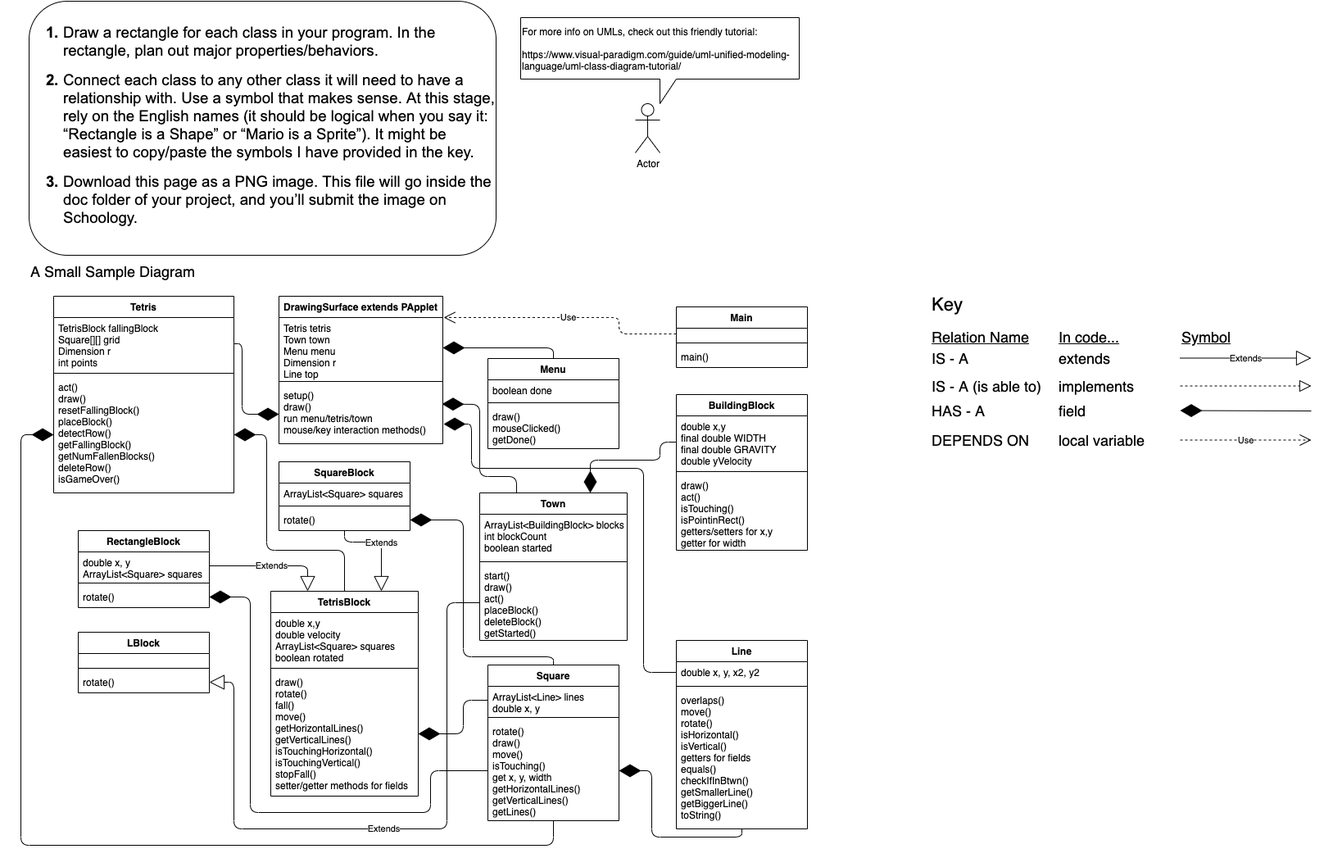
This is BuildTheTown/doc/Tetris Final Project UML.png from HHSAPCompSci2020/capstone-project-404-team-not-found, a draw.io export, as it was before one commit. Source tidied: cells renumbered, new cells last; positions are measured from the earlier drawing's top-left corner, leaving out a move shared by most shapes.
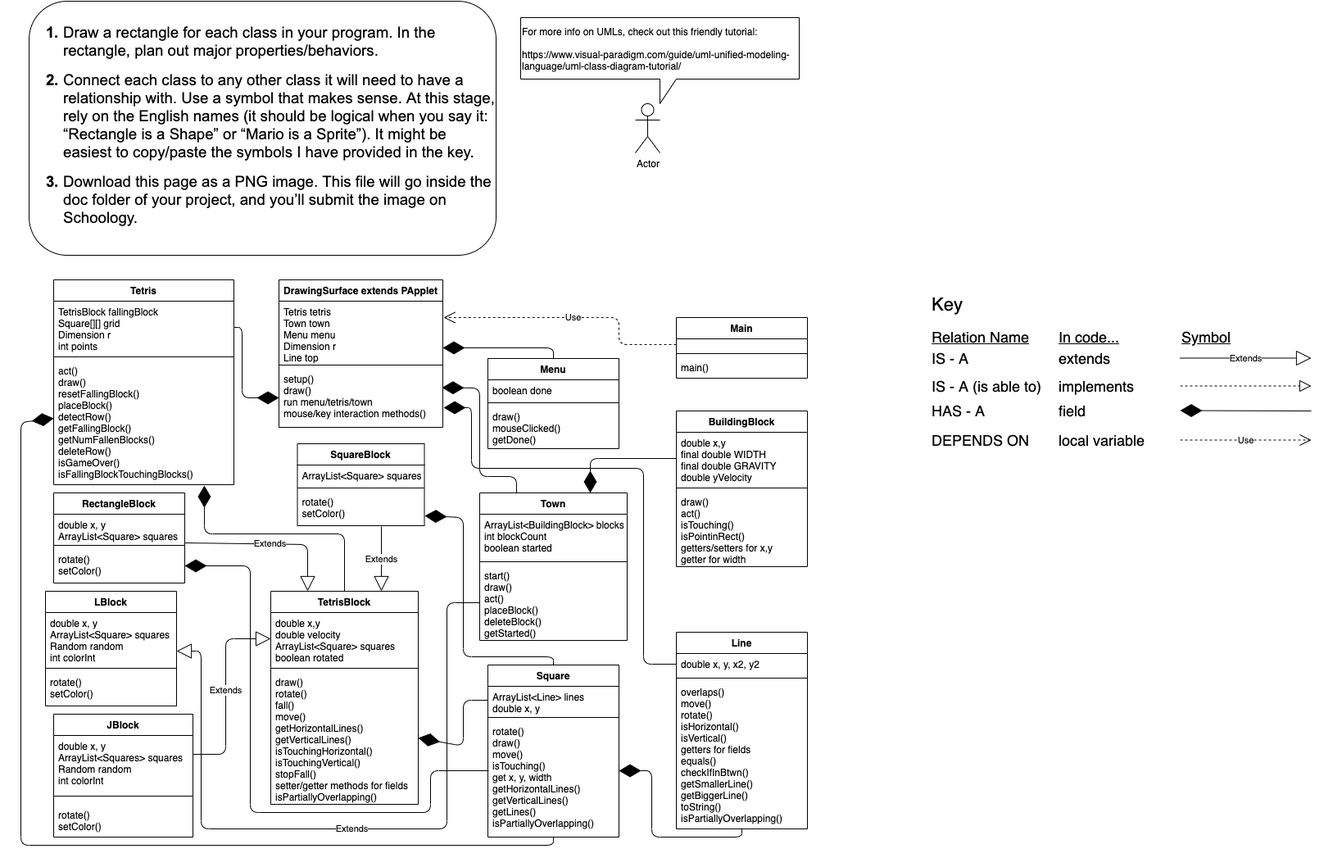
After the change.

What changed in the source:
```diff
@@ -13,5 +13,2 @@
     </mxCell>
-    <mxCell id="5" value="&lt;font style=&quot;font-size: 18px&quot;&gt;A Small Sample Diagram&lt;/font&gt;" style="text;html=1;align=left;verticalAlign=middle;strokeColor=none;" parent="1" vertex="1">
-      <mxGeometry x="10" y="320" width="220" height="20" as="geometry" />
-    </mxCell>
     <mxCell id="6" value="&lt;font style=&quot;font-size: 22px&quot;&gt;Key&lt;/font&gt;" style="text;html=1;align=left;verticalAlign=middle;strokeColor=none;" parent="1" vertex="1">
@@ -77,3 +74,3 @@
     <mxCell id="22" value="Main" style="swimlane;fontStyle=1;align=center;verticalAlign=top;horizontal=1;startSize=26;" parent="1" vertex="1">
-      <mxGeometry x="800" y="373" width="160" height="74" as="geometry" />
+      <mxGeometry x="800" y="386" width="160" height="74" as="geometry" />
     </mxCell>
@@ -89,3 +86,3 @@
     <mxCell id="26" value="DrawingSurface extends PApplet" style="swimlane;fontStyle=1;align=center;verticalAlign=top;horizontal=1;startSize=26;" parent="1" vertex="1">
-      <mxGeometry x="315" y="360" width="200" height="180" as="geometry" />
+      <mxGeometry x="315" y="340" width="200" height="180" as="geometry" />
     </mxCell>
@@ -101,3 +98,3 @@
     <mxCell id="30" value="Tetris" style="swimlane;fontStyle=1;align=center;verticalAlign=top;horizontal=1;startSize=26;" parent="1" vertex="1">
-      <mxGeometry x="40" y="360" width="220" height="240" as="geometry" />
+      <mxGeometry x="40" y="340" width="220" height="250" as="geometry" />
     </mxCell>
@@ -109,7 +106,7 @@
     </mxCell>
-    <mxCell id="33" value="act()&#10;draw()&#10;resetFallingBlock()&#10;placeBlock()&#10;detectRow()&#10;getFallingBlock()&#10;getNumFallenBlocks()&#10;deleteRow()&#10;isGameOver()" style="text;strokeColor=none;fillColor=none;align=left;verticalAlign=top;spacingLeft=4;spacingRight=4;overflow=hidden;points=[[0,0.5],[1,0.5]];portConstraint=eastwest;" parent="30" vertex="1">
-      <mxGeometry y="98" width="220" height="142" as="geometry" />
+    <mxCell id="33" value="act()&#10;draw()&#10;resetFallingBlock()&#10;placeBlock()&#10;detectRow()&#10;getFallingBlock()&#10;getNumFallenBlocks()&#10;deleteRow()&#10;isGameOver()&#10;isFallingBlockTouchingBlocks()&#10;" style="text;strokeColor=none;fillColor=none;align=left;verticalAlign=top;spacingLeft=4;spacingRight=4;overflow=hidden;points=[[0,0.5],[1,0.5]];portConstraint=eastwest;" parent="30" vertex="1">
+      <mxGeometry y="98" width="220" height="152" as="geometry" />
     </mxCell>
     <mxCell id="34" value="TetrisBlock" style="swimlane;fontStyle=1;align=center;verticalAlign=top;horizontal=1;startSize=26;" parent="1" vertex="1">
-      <mxGeometry x="305" y="720" width="180" height="250" as="geometry" />
+      <mxGeometry x="305" y="720" width="180" height="260" as="geometry" />
     </mxCell>
@@ -121,7 +118,7 @@
     </mxCell>
-    <mxCell id="37" value="draw()&#10;rotate()&#10;fall()&#10;move()&#10;getHorizontalLines()&#10;getVerticalLines()&#10;isTouchingHorizontal()&#10;isTouchingVertical()&#10;stopFall()&#10;setter/getter methods for fields" style="text;strokeColor=none;fillColor=none;align=left;verticalAlign=top;spacingLeft=4;spacingRight=4;overflow=hidden;points=[[0,0.5],[1,0.5]];portConstraint=eastwest;" parent="34" vertex="1">
-      <mxGeometry y="98" width="180" height="152" as="geometry" />
+    <mxCell id="37" value="draw()&#10;rotate()&#10;fall()&#10;move()&#10;getHorizontalLines()&#10;getVerticalLines()&#10;isTouchingHorizontal()&#10;isTouchingVertical()&#10;stopFall()&#10;setter/getter methods for fields&#10;isPartiallyOverlapping()" style="text;strokeColor=none;fillColor=none;align=left;verticalAlign=top;spacingLeft=4;spacingRight=4;overflow=hidden;points=[[0,0.5],[1,0.5]];portConstraint=eastwest;" parent="34" vertex="1">
+      <mxGeometry y="98" width="180" height="162" as="geometry" />
     </mxCell>
     <mxCell id="38" value="BuildingBlock" style="swimlane;fontStyle=1;align=center;verticalAlign=top;horizontal=1;startSize=26;" parent="1" vertex="1">
-      <mxGeometry x="800" y="480" width="160" height="190" as="geometry" />
+      <mxGeometry x="800" y="500" width="160" height="190" as="geometry" />
     </mxCell>
@@ -148,11 +145,2 @@
     </mxCell>
-    <mxCell id="46" style="endArrow=diamondThin;endFill=1;endSize=24;html=1;entryX=0.75;entryY=0;entryDx=0;entryDy=0;exitX=0;exitY=0.5;exitDx=0;exitDy=0;" parent="1" edge="1" source="39" target="47">
-      <mxGeometry relative="1" as="geometry">
-        <Array as="points">
-          <mxPoint x="780" y="538" />
-          <mxPoint x="780" y="560" />
-          <mxPoint x="695" y="560" />
-        </Array>
-      </mxGeometry>
-    </mxCell>
     <mxCell id="47" value="Town" style="swimlane;fontStyle=1;align=center;verticalAlign=top;horizontal=1;startSize=26;" parent="1" vertex="1">
@@ -174,3 +162,3 @@
           <mxPoint x="560" y="580" />
-          <mxPoint x="560" y="492" />
+          <mxPoint x="560" y="472" />
         </Array>
@@ -179,3 +167,3 @@
     <mxCell id="52" value="Line" style="swimlane;fontStyle=1;align=center;verticalAlign=top;horizontal=1;startSize=26;" parent="1" vertex="1">
-      <mxGeometry x="800" y="780" width="160" height="230" as="geometry" />
+      <mxGeometry x="800" y="770" width="160" height="240" as="geometry" />
     </mxCell>
@@ -187,7 +175,7 @@
     </mxCell>
-    <mxCell id="55" value="overlaps()&#10;move()&#10;rotate()&#10;isHorizontal()&#10;isVertical()&#10;getters for fields&#10;equals()&#10;checkIfInBtwn()&#10;getSmallerLine()&#10;getBiggerLine()&#10;toString()" style="text;strokeColor=none;fillColor=none;align=left;verticalAlign=top;spacingLeft=4;spacingRight=4;overflow=hidden;points=[[0,0.5],[1,0.5]];portConstraint=eastwest;" parent="52" vertex="1">
-      <mxGeometry y="60" width="160" height="170" as="geometry" />
+    <mxCell id="55" value="overlaps()&#10;move()&#10;rotate()&#10;isHorizontal()&#10;isVertical()&#10;getters for fields&#10;equals()&#10;checkIfInBtwn()&#10;getSmallerLine()&#10;getBiggerLine()&#10;toString()&#10;isPartiallyOverlapping()" style="text;strokeColor=none;fillColor=none;align=left;verticalAlign=top;spacingLeft=4;spacingRight=4;overflow=hidden;points=[[0,0.5],[1,0.5]];portConstraint=eastwest;" parent="52" vertex="1">
+      <mxGeometry y="60" width="160" height="180" as="geometry" />
     </mxCell>
     <mxCell id="56" value="RectangleBlock" style="swimlane;fontStyle=1;align=center;verticalAlign=top;horizontal=1;startSize=26;" parent="1" vertex="1">
-      <mxGeometry x="70" y="646" width="160" height="94" as="geometry" />
+      <mxGeometry x="40" y="600" width="160" height="110" as="geometry" />
     </mxCell>
@@ -199,7 +187,7 @@
     </mxCell>
-    <mxCell id="59" value="rotate()" style="text;strokeColor=none;fillColor=none;align=left;verticalAlign=top;spacingLeft=4;spacingRight=4;overflow=hidden;points=[[0,0.5],[1,0.5]];portConstraint=eastwest;" parent="56" vertex="1">
-      <mxGeometry y="68" width="160" height="26" as="geometry" />
+    <mxCell id="59" value="rotate()&#10;setColor()" style="text;strokeColor=none;fillColor=none;align=left;verticalAlign=top;spacingLeft=4;spacingRight=4;overflow=hidden;points=[[0,0.5],[1,0.5]];portConstraint=eastwest;" parent="56" vertex="1">
+      <mxGeometry y="68" width="160" height="42" as="geometry" />
     </mxCell>
     <mxCell id="60" value="Square" style="swimlane;fontStyle=1;align=center;verticalAlign=top;horizontal=1;startSize=26;" parent="1" vertex="1">
-      <mxGeometry x="570" y="810" width="160" height="190" as="geometry" />
+      <mxGeometry x="570" y="810" width="160" height="210" as="geometry" />
     </mxCell>
@@ -211,7 +199,8 @@
     </mxCell>
-    <mxCell id="63" value="rotate()&#10;draw()&#10;move()&#10;isTouching()&#10;get x, y, width&#10;getHorizontalLines()&#10;getVerticalLines()&#10;getLines()" style="text;strokeColor=none;fillColor=none;align=left;verticalAlign=top;spacingLeft=4;spacingRight=4;overflow=hidden;points=[[0,0.5],[1,0.5]];portConstraint=eastwest;" parent="60" vertex="1">
-      <mxGeometry y="68" width="160" height="122" as="geometry" />
+    <mxCell id="63" value="rotate()&#10;draw()&#10;move()&#10;isTouching()&#10;get x, y, width&#10;getHorizontalLines()&#10;getVerticalLines()&#10;getLines()&#10;isPartiallyOverlapping()" style="text;strokeColor=none;fillColor=none;align=left;verticalAlign=top;spacingLeft=4;spacingRight=4;overflow=hidden;points=[[0,0.5],[1,0.5]];portConstraint=eastwest;" parent="60" vertex="1">
+      <mxGeometry y="68" width="160" height="142" as="geometry" />
     </mxCell>
-    <mxCell id="64" style="endArrow=diamondThin;endFill=1;endSize=24;html=1;entryX=1;entryY=0.5;entryDx=0;entryDy=0;exitX=0;exitY=0.5;exitDx=0;exitDy=0;" parent="1" edge="1" source="63" target="59">
+    <mxCell id="64" style="endArrow=diamondThin;endFill=1;endSize=24;html=1;entryX=1;entryY=0.5;entryDx=0;entryDy=0;" parent="1" edge="1" target="59">
       <mxGeometry relative="1" as="geometry">
+        <mxPoint x="571" y="939" as="sourcePoint" />
         <Array as="points">
@@ -220,3 +209,3 @@
           <mxPoint x="280" y="990" />
-          <mxPoint x="280" y="727" />
+          <mxPoint x="280" y="689" />
         </Array>
@@ -225,14 +214,14 @@
     <mxCell id="65" value="SquareBlock" style="swimlane;fontStyle=1;align=center;verticalAlign=top;horizontal=1;startSize=26;" parent="1" vertex="1">
-      <mxGeometry x="315" y="562" width="160" height="84" as="geometry" />
+      <mxGeometry x="337.5" y="540" width="155" height="100" as="geometry" />
     </mxCell>
     <mxCell id="66" value="ArrayList&lt;Square&gt; squares" style="text;strokeColor=none;fillColor=none;align=left;verticalAlign=top;spacingLeft=4;spacingRight=4;overflow=hidden;" parent="65" vertex="1">
-      <mxGeometry y="26" width="160" height="24" as="geometry" />
+      <mxGeometry y="26" width="155" height="24" as="geometry" />
     </mxCell>
     <mxCell id="67" style="line;strokeWidth=1;fillColor=none;align=left;verticalAlign=middle;spacingTop=-1;spacingLeft=3;spacingRight=3;labelPosition=right;" parent="65" vertex="1">
-      <mxGeometry y="50" width="160" height="8" as="geometry" />
+      <mxGeometry y="50" width="155" height="8" as="geometry" />
     </mxCell>
-    <mxCell id="68" value="rotate()" style="text;strokeColor=none;fillColor=none;align=left;verticalAlign=top;spacingLeft=4;spacingRight=4;overflow=hidden;points=[[0,0.5],[1,0.5]];portConstraint=eastwest;" parent="65" vertex="1">
-      <mxGeometry y="58" width="160" height="26" as="geometry" />
+    <mxCell id="68" value="rotate()&#10;setColor()" style="text;strokeColor=none;fillColor=none;align=left;verticalAlign=top;spacingLeft=4;spacingRight=4;overflow=hidden;points=[[0,0.5],[1,0.5]];portConstraint=eastwest;" parent="65" vertex="1">
+      <mxGeometry y="58" width="155" height="42" as="geometry" />
     </mxCell>
-    <mxCell id="69" style="endArrow=diamondThin;endFill=1;endSize=24;html=1;entryX=1;entryY=0.5;entryDx=0;entryDy=0;" parent="1" edge="1" target="68">
+    <mxCell id="69" style="endArrow=diamondThin;endFill=1;endSize=24;html=1;entryX=1.003;entryY=0.714;entryDx=0;entryDy=0;entryPerimeter=0;" parent="1" edge="1" target="68">
       <mxGeometry relative="1" as="geometry">
@@ -242,3 +231,3 @@
           <mxPoint x="540" y="800" />
-          <mxPoint x="540" y="633" />
+          <mxPoint x="540" y="630" />
         </Array>
@@ -246,3 +235,3 @@
     </mxCell>
-    <mxCell id="70" style="endArrow=diamondThin;endFill=1;endSize=24;html=1;entryX=0;entryY=0.5;entryDx=0;entryDy=0;exitX=0.5;exitY=1;exitDx=0;exitDy=0;exitPerimeter=0;" parent="1" edge="1" source="63" target="33">
+    <mxCell id="70" style="endArrow=diamondThin;endFill=1;endSize=24;html=1;entryX=0;entryY=0.467;entryDx=0;entryDy=0;exitX=0.5;exitY=1;exitDx=0;exitDy=0;exitPerimeter=0;entryPerimeter=0;" parent="1" edge="1" source="63" target="33">
       <mxGeometry relative="1" as="geometry">
@@ -251,3 +240,3 @@
           <mxPoint y="1030" />
-          <mxPoint y="529" />
+          <mxPoint y="514" />
         </Array>
@@ -256,22 +245,13 @@
     <mxCell id="71" value="LBlock" style="swimlane;fontStyle=1;align=center;verticalAlign=top;horizontal=1;startSize=26;" parent="1" vertex="1">
-      <mxGeometry x="70" y="770" width="160" height="74" as="geometry" />
+      <mxGeometry x="30" y="720" width="160" height="140" as="geometry" />
     </mxCell>
-    <mxCell id="72" value=" " style="text;strokeColor=none;fillColor=none;align=left;verticalAlign=top;spacingLeft=4;spacingRight=4;overflow=hidden;" parent="71" vertex="1">
-      <mxGeometry y="26" width="160" height="14" as="geometry" />
+    <mxCell id="72" value="double x, y&#10;ArrayList&lt;Square&gt; squares&#10;Random random&#10;int colorInt" style="text;strokeColor=none;fillColor=none;align=left;verticalAlign=top;spacingLeft=4;spacingRight=4;overflow=hidden;" parent="71" vertex="1">
+      <mxGeometry y="26" width="160" height="64" as="geometry" />
     </mxCell>
     <mxCell id="73" style="line;strokeWidth=1;fillColor=none;align=left;verticalAlign=middle;spacingTop=-1;spacingLeft=3;spacingRight=3;labelPosition=right;" parent="71" vertex="1">
-      <mxGeometry y="40" width="160" height="8" as="geometry" />
+      <mxGeometry y="90" width="160" height="8" as="geometry" />
     </mxCell>
-    <mxCell id="74" value="rotate()" style="text;strokeColor=none;fillColor=none;align=left;verticalAlign=top;spacingLeft=4;spacingRight=4;overflow=hidden;" parent="71" vertex="1">
-      <mxGeometry y="48" width="160" height="26" as="geometry" />
+    <mxCell id="74" value="rotate()&#10;setColor()" style="text;strokeColor=none;fillColor=none;align=left;verticalAlign=top;spacingLeft=4;spacingRight=4;overflow=hidden;" parent="71" vertex="1">
+      <mxGeometry y="98" width="160" height="42" as="geometry" />
     </mxCell>
-    <mxCell id="75" style="endArrow=diamondThin;endFill=1;endSize=24;html=1;exitX=0.5;exitY=0;exitDx=0;exitDy=0;entryX=1;entryY=0.5;entryDx=0;entryDy=0;" parent="1" edge="1" source="34" target="33">
-      <mxGeometry relative="1" as="geometry">
-        <Array as="points">
-          <mxPoint x="395" y="670" />
-          <mxPoint x="300" y="670" />
-          <mxPoint x="300" y="529" />
-        </Array>
-      </mxGeometry>
-    </mxCell>
     <mxCell id="76" style="endArrow=diamondThin;endFill=1;endSize=24;html=1;exitX=1;exitY=0.5;exitDx=0;exitDy=0;entryX=0;entryY=0.5;entryDx=0;entryDy=0;" parent="1" edge="1" source="31" target="29">
@@ -279,4 +259,4 @@
         <Array as="points">
-          <mxPoint x="270" y="418" />
-          <mxPoint x="270" y="504" />
+          <mxPoint x="270" y="398" />
+          <mxPoint x="270" y="484" />
         </Array>
@@ -288,3 +268,3 @@
           <mxPoint x="540" y="853" />
-          <mxPoint x="540" y="894" />
+          <mxPoint x="540" y="909" />
         </Array>
@@ -292,14 +272,6 @@
     </mxCell>
-    <mxCell id="78" value="Extends" style="endArrow=block;endSize=16;endFill=0;html=1;exitX=0.5;exitY=1;exitDx=0;exitDy=0;exitPerimeter=0;entryX=0.75;entryY=0;entryDx=0;entryDy=0;" parent="1" edge="1" source="68" target="34">
-      <mxGeometry relative="1" as="geometry">
-        <Array as="points">
-          <mxPoint x="395" y="660" />
-          <mxPoint x="440" y="660" />
-        </Array>
-      </mxGeometry>
-    </mxCell>
-    <mxCell id="79" value="Extends" style="endArrow=block;endSize=16;endFill=0;html=1;exitX=1;exitY=0.5;exitDx=0;exitDy=0;entryX=0.25;entryY=0;entryDx=0;entryDy=0;" parent="1" edge="1" source="57" target="34">
+    <mxCell id="79" value="Extends" style="endArrow=block;endSize=16;endFill=0;html=1;exitX=1;exitY=1.029;exitDx=0;exitDy=0;entryX=0.25;entryY=0;entryDx=0;entryDy=0;exitPerimeter=0;" parent="1" edge="1" source="57" target="34">
       <mxGeometry relative="1" as="geometry">
         <Array as="points">
-          <mxPoint x="350" y="689" />
+          <mxPoint x="350" y="663" />
         </Array>
@@ -315,6 +287,7 @@
     </mxCell>
-    <mxCell id="81" value="Use" style="endArrow=open;endSize=12;dashed=1;html=1;exitX=0;exitY=0.5;exitDx=0;exitDy=0;entryX=1.005;entryY=0;entryDx=0;entryDy=0;entryPerimeter=0;" parent="1" edge="1" source="23" target="27">
+    <mxCell id="81" value="Use" style="endArrow=open;endSize=12;dashed=1;html=1;exitX=0;exitY=0.5;exitDx=0;exitDy=0;" parent="1" edge="1" source="23">
       <mxGeometry relative="1" as="geometry">
+        <mxPoint x="516" y="386" as="targetPoint" />
         <Array as="points">
-          <mxPoint x="730" y="406" />
+          <mxPoint x="730" y="419" />
           <mxPoint x="730" y="386" />
@@ -326,6 +299,6 @@
         <Array as="points">
-          <mxPoint x="760" y="819" />
+          <mxPoint x="760" y="809" />
           <mxPoint x="760" y="570" />
           <mxPoint x="550" y="570" />
-          <mxPoint x="550" y="516" />
+          <mxPoint x="550" y="496" />
         </Array>
@@ -333,3 +306,3 @@
     </mxCell>
-    <mxCell id="83" style="endArrow=diamondThin;endFill=1;endSize=24;html=1;exitX=0.5;exitY=1;exitDx=0;exitDy=0;exitPerimeter=0;entryX=1;entryY=0.5;entryDx=0;entryDy=0;" parent="1" edge="1" source="55" target="63">
+    <mxCell id="83" style="endArrow=diamondThin;endFill=1;endSize=24;html=1;exitX=0.5;exitY=1;exitDx=0;exitDy=0;exitPerimeter=0;entryX=1;entryY=0.43;entryDx=0;entryDy=0;entryPerimeter=0;" parent="1" edge="1" source="55" target="63">
       <mxGeometry relative="1" as="geometry">
@@ -344,3 +317,3 @@
       <mxGeometry relative="1" as="geometry">
-        <mxPoint x="230" y="831" as="targetPoint" />
+        <mxPoint x="190" y="793" as="targetPoint" />
         <Array as="points">
@@ -348,4 +321,4 @@
           <mxPoint x="520" y="1010" />
-          <mxPoint x="260" y="1010" />
-          <mxPoint x="260" y="831" />
+          <mxPoint x="220" y="1010" />
+          <mxPoint x="220" y="793" />
         </Array>
@@ -353,2 +326,42 @@
     </mxCell>
+    <mxCell id="85" value="JBlock" style="swimlane;fontStyle=1;align=center;verticalAlign=top;horizontal=1;startSize=26;" parent="1" vertex="1">
+      <mxGeometry x="40" y="870" width="170" height="150" as="geometry" />
+    </mxCell>
+    <mxCell id="86" value="double x, y&#10;ArrayList&lt;Squares&gt; squares&#10;Random random&#10;int colorInt" style="text;strokeColor=none;fillColor=none;align=left;verticalAlign=top;spacingLeft=4;spacingRight=4;overflow=hidden;points=[[0,0.5],[1,0.5]];portConstraint=eastwest;" parent="85" vertex="1">
+      <mxGeometry y="26" width="170" height="64" as="geometry" />
+    </mxCell>
+    <mxCell id="87" style="line;strokeWidth=1;fillColor=none;align=left;verticalAlign=middle;spacingTop=-1;spacingLeft=3;spacingRight=3;labelPosition=right;" parent="85" vertex="1">
+      <mxGeometry y="90" width="170" height="20" as="geometry" />
+    </mxCell>
+    <mxCell id="88" value="rotate()&#10;setColor()" style="text;strokeColor=none;fillColor=none;align=left;verticalAlign=top;spacingLeft=4;spacingRight=4;overflow=hidden;" parent="85" vertex="1">
+      <mxGeometry y="110" width="170" height="40" as="geometry" />
+    </mxCell>
+    <mxCell id="89" value="Extends" style="endArrow=block;endSize=16;endFill=0;html=1;exitX=1;exitY=0.359;exitDx=0;exitDy=0;entryX=0;entryY=0.5;entryDx=0;entryDy=0;exitPerimeter=0;" parent="1" edge="1" source="86" target="35">
+      <mxGeometry relative="1" as="geometry">
+        <Array as="points">
+          <mxPoint x="250" y="919" />
+          <mxPoint x="250" y="778" />
+        </Array>
+      </mxGeometry>
+    </mxCell>
+    <mxCell id="46" style="endArrow=diamondThin;endFill=1;endSize=24;html=1;entryX=0.75;entryY=0;entryDx=0;entryDy=0;exitX=0;exitY=0.5;exitDx=0;exitDy=0;" parent="1" edge="1" source="39" target="47">
+      <mxGeometry relative="1" as="geometry">
+        <Array as="points">
+          <mxPoint x="695" y="558" />
+        </Array>
+      </mxGeometry>
+    </mxCell>
+    <mxCell id="75" style="endArrow=diamondThin;endFill=1;endSize=24;html=1;entryX=0.836;entryY=1.007;entryDx=0;entryDy=0;entryPerimeter=0;exitX=0.5;exitY=0;exitDx=0;exitDy=0;" parent="1" edge="1" source="34" target="33">
+      <mxGeometry relative="1" as="geometry">
+        <Array as="points">
+          <mxPoint x="395" y="650" />
+          <mxPoint x="224" y="650" />
+        </Array>
+      </mxGeometry>
+    </mxCell>
+    <mxCell id="90" value="Extends" style="endArrow=block;endSize=16;endFill=0;html=1;entryX=0.75;entryY=0;entryDx=0;entryDy=0;" parent="1" edge="1" target="34">
+      <mxGeometry relative="1" as="geometry">
+        <mxPoint x="440" y="641" as="sourcePoint" />
+      </mxGeometry>
+    </mxCell>
   </root>
```
